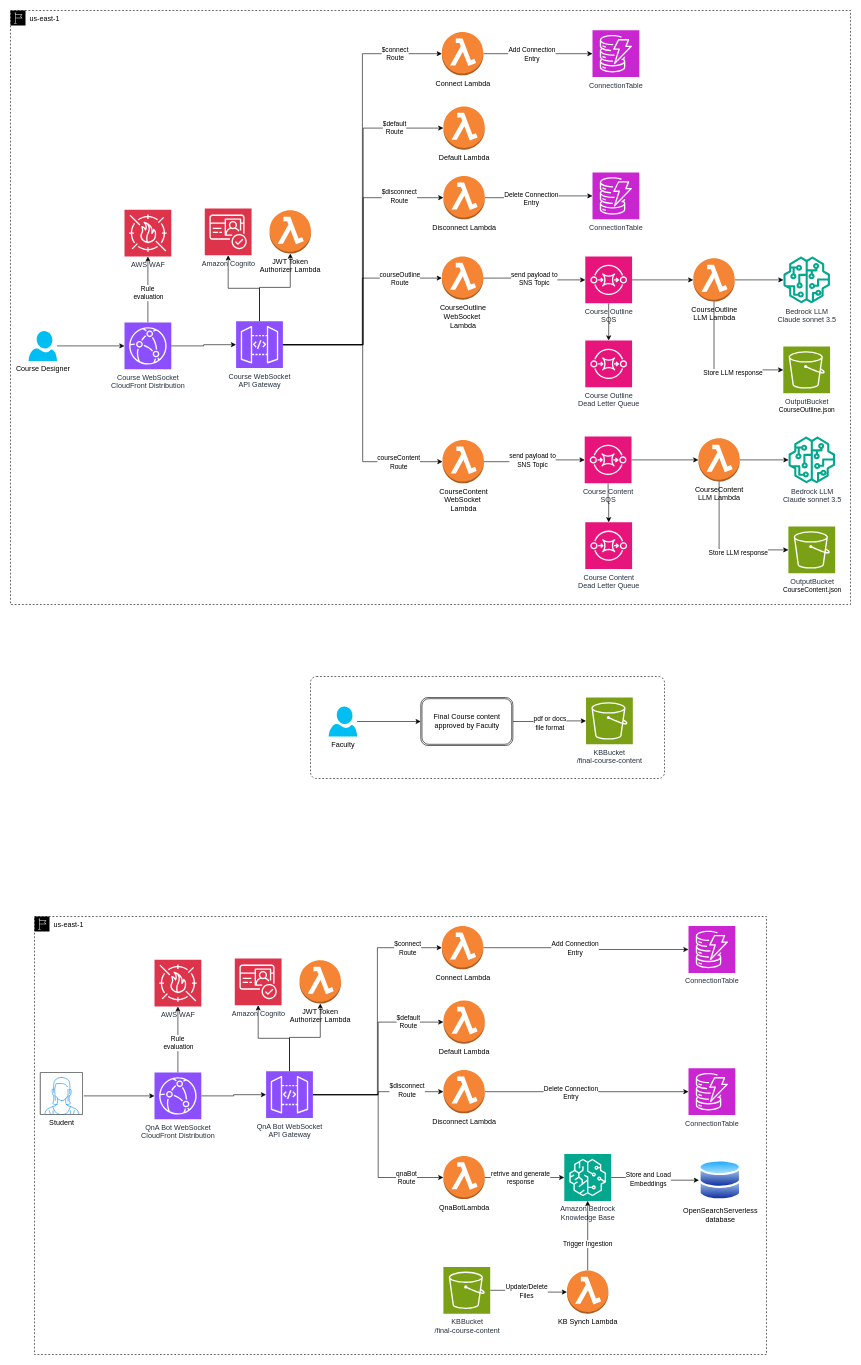
Above: page "Architecture" (1 of 2) of architecture_diagrams/architecture.drawio in aws-samples/educational-course-content-generator-with-qna-bot-using-bedrock (draw.io), before the change. Source tidied: cells renumbered, new cells numbered last; positions are measured from the earlier drawing's top-left corner, leaving out a move shared by most shapes. Both pictures are drawn from the tidied source at 60%, with x=0, y=0 at pixel (10, 10).
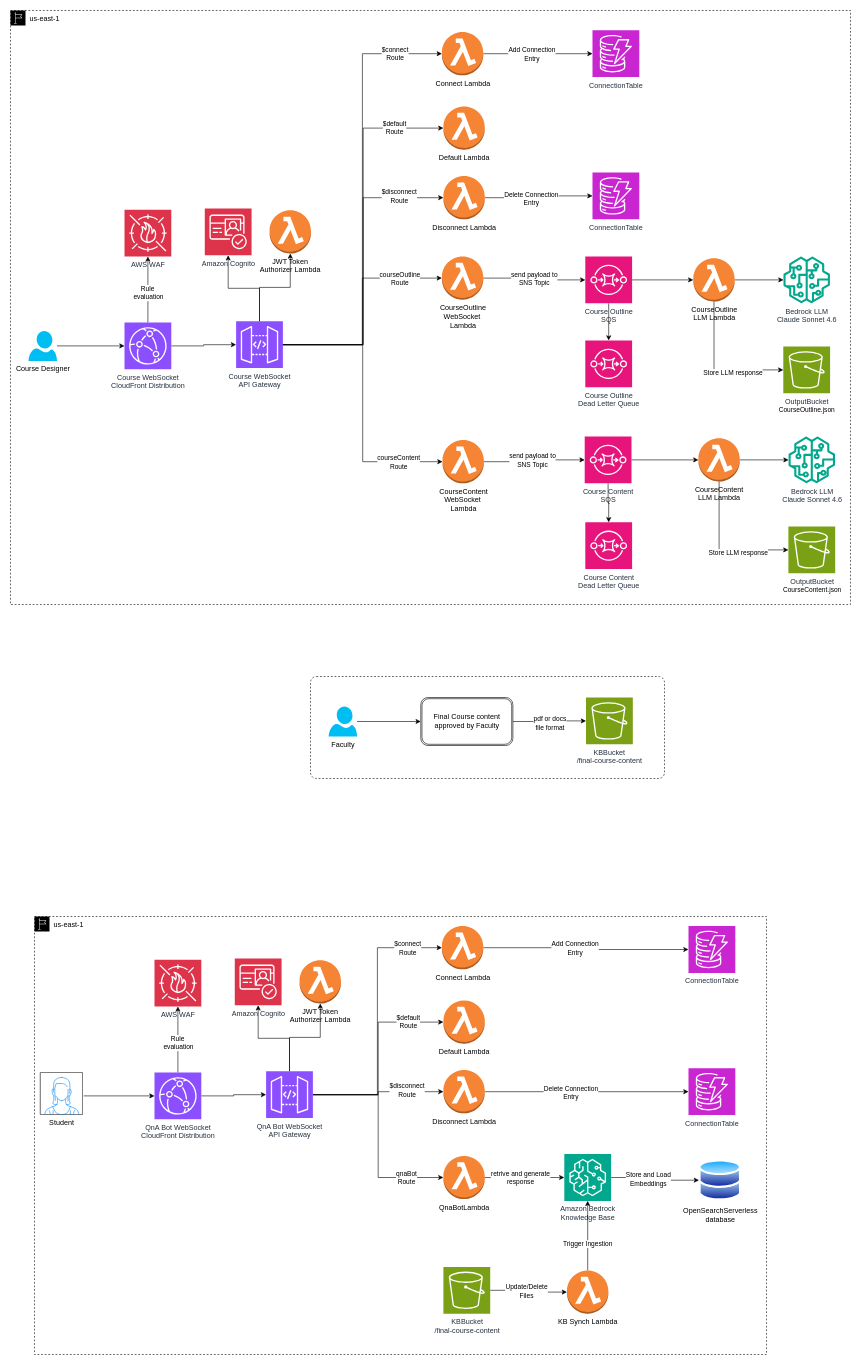
The same diagram, later.

Change to the diagram source:
```diff
@@
-    <mxCell id="7" value="Bedrock LLM&lt;br&gt;Claude sonnet 3.5" style="sketch=0;outlineConnect=0;fontColor=#232F3E;gradientColor=none;fillColor=#01A88D;strokeColor=none;dashed=0;verticalLabelPosition=bottom;verticalAlign=top;align=center;html=1;fontSize=12;fontStyle=0;shape=mxgraph.aws4.sagemaker_model;" parent="1" vertex="1">
+    <mxCell id="7" value="Bedrock LLM&lt;br&gt;Claude Sonnet 4.6" style="sketch=0;outlineConnect=0;fontColor=#232F3E;gradientColor=none;fillColor=#01A88D;strokeColor=none;dashed=0;verticalLabelPosition=bottom;verticalAlign=top;align=center;html=1;fontSize=12;fontStyle=0;shape=mxgraph.aws4.sagemaker_model;" parent="1" vertex="1">
       <mxGeometry x="1288" y="410" width="78" height="78" as="geometry" />
     </mxCell>
@@
-    <mxCell id="41" value="Bedrock LLM&lt;br&gt;Claude sonnet 3.5" style="sketch=0;outlineConnect=0;fontColor=#232F3E;gradientColor=none;fillColor=#01A88D;strokeColor=none;dashed=0;verticalLabelPosition=bottom;verticalAlign=top;align=center;html=1;fontSize=12;fontStyle=0;shape=mxgraph.aws4.sagemaker_model;" parent="1" vertex="1">
+    <mxCell id="41" value="Bedrock LLM&lt;br&gt;Claude Sonnet 4.6" style="sketch=0;outlineConnect=0;fontColor=#232F3E;gradientColor=none;fillColor=#01A88D;strokeColor=none;dashed=0;verticalLabelPosition=bottom;verticalAlign=top;align=center;html=1;fontSize=12;fontStyle=0;shape=mxgraph.aws4.sagemaker_model;" parent="1" vertex="1">
       <mxGeometry x="1296.5" y="710" width="78" height="78" as="geometry" />
     </mxCell>
```
